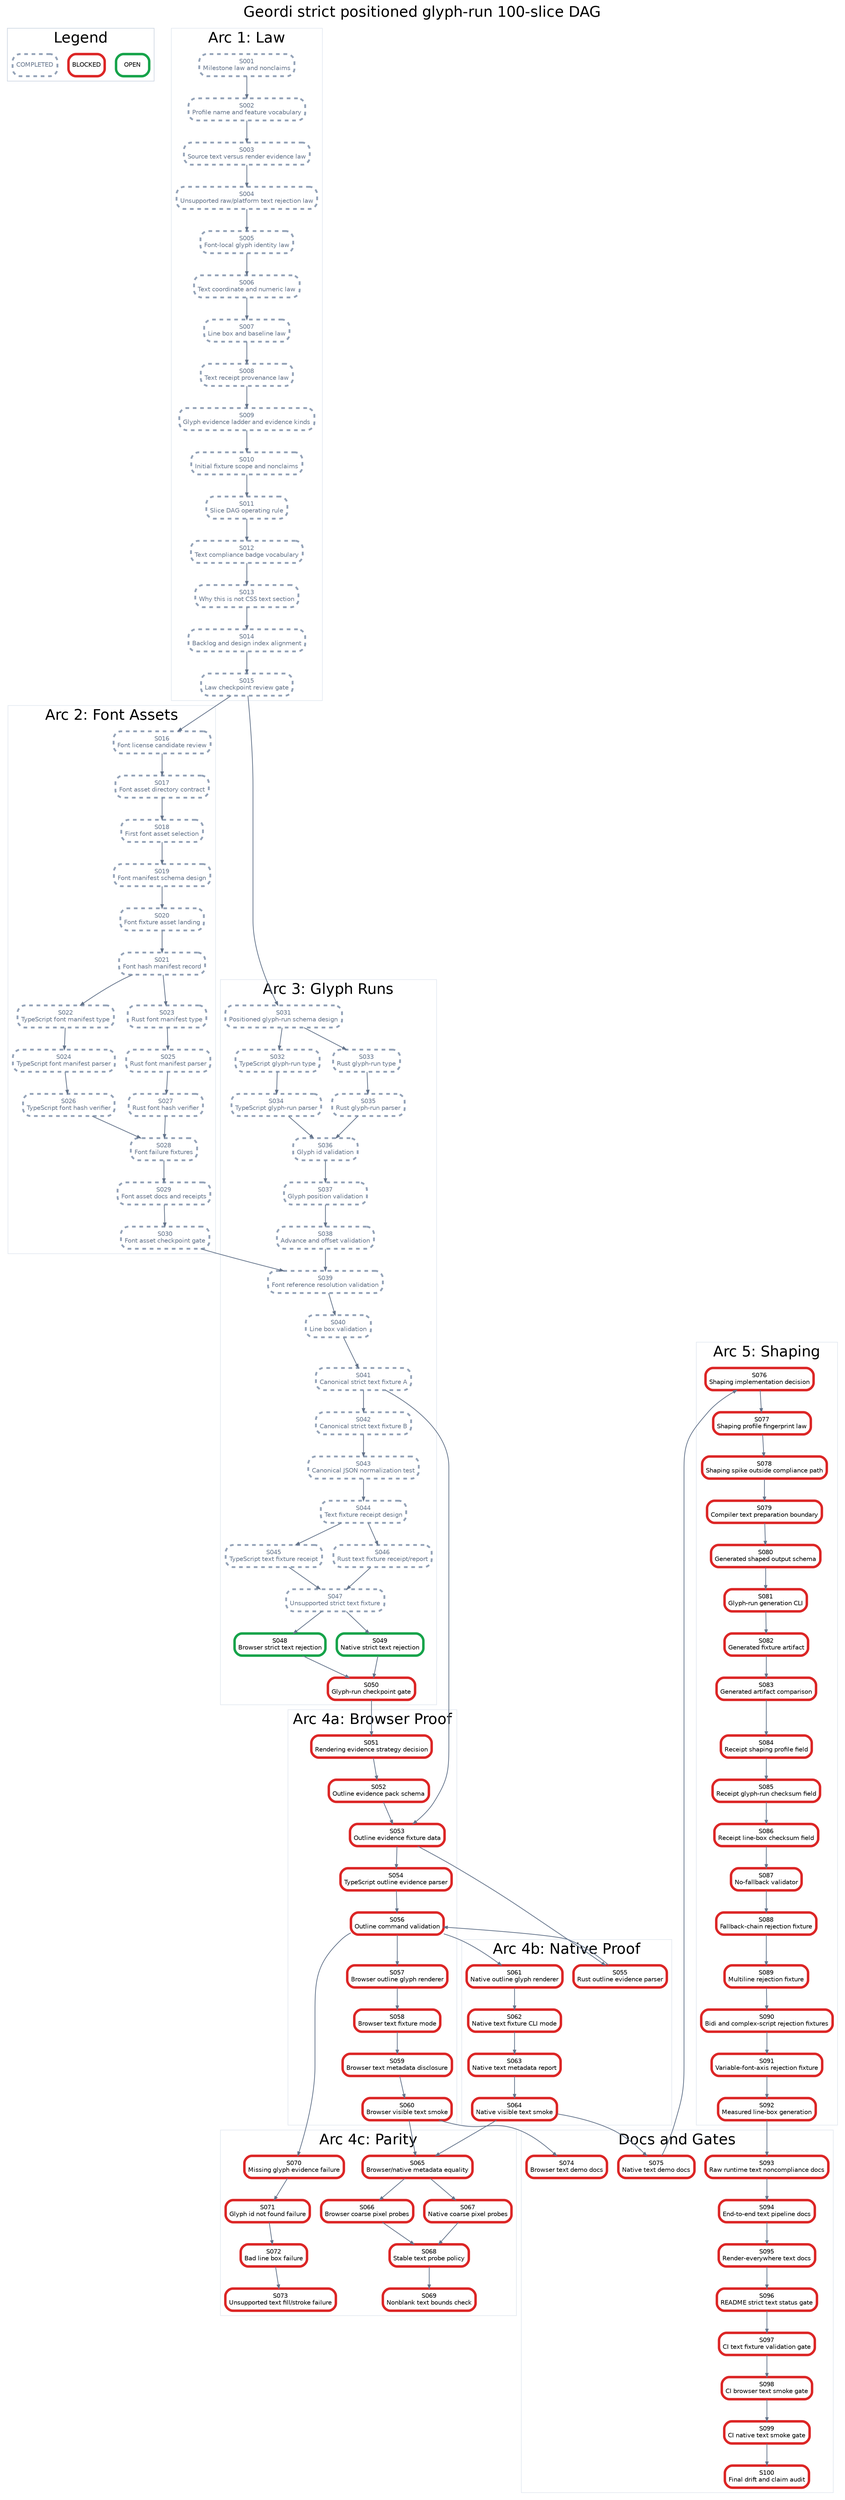
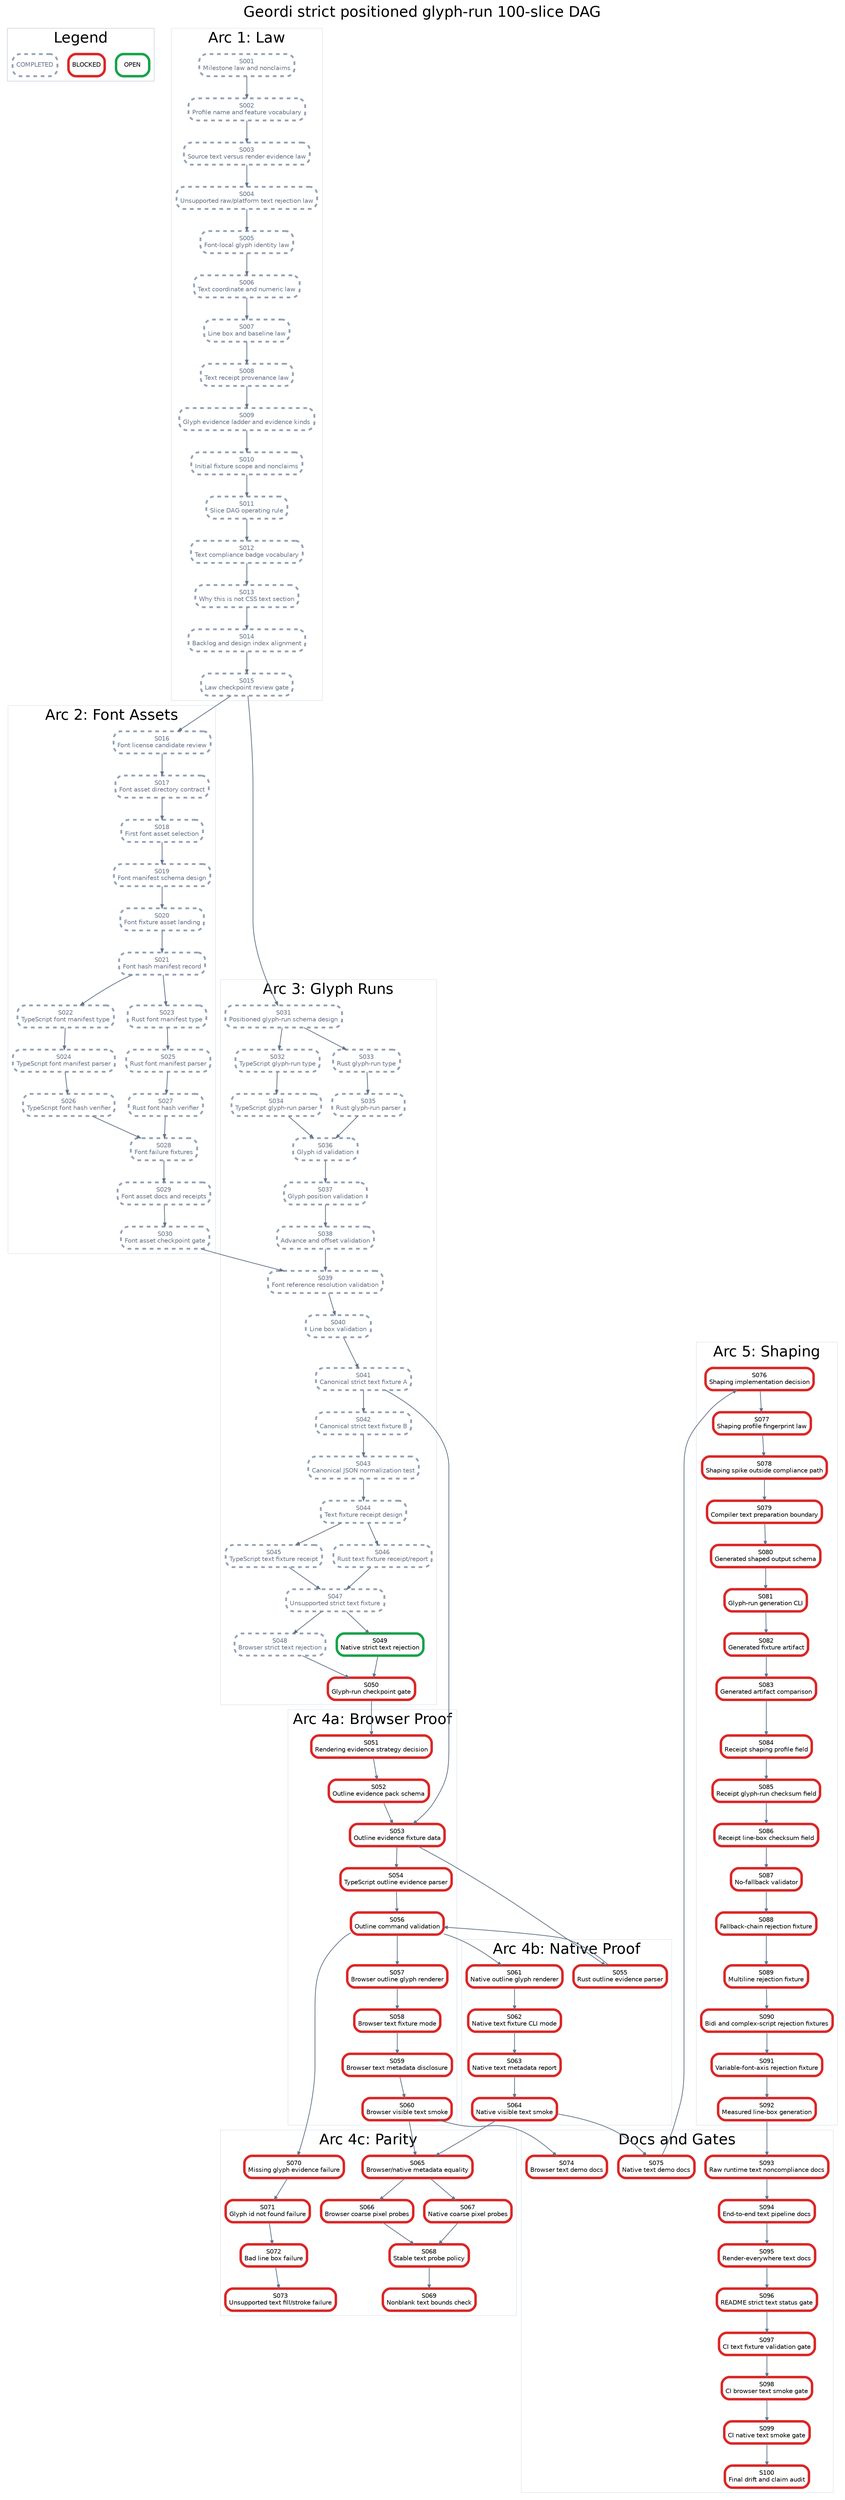
digraph StrictPositionedGlyphRunPlan {
  graph [rankdir=TB, bgcolor="white", fontname="Helvetica", label="Geordi strict positioned glyph-run 100-slice DAG", labelloc="t", fontsize=24];
  node [shape=box, style="rounded,filled", fillcolor="white", fontname="Helvetica", fontsize=10, margin="0.08,0.05"];
  edge [color="#64748b", arrowsize=0.6, penwidth=1.2];

  subgraph cluster_legend {
    label="Legend";
    color="#cbd5e1";
    legend_open [label="OPEN", color="#16a34a", penwidth=4];
    legend_blocked [label="BLOCKED", color="#dc2626", penwidth=4];
    legend_done [label="COMPLETED", color="#94a3b8", penwidth=3, style="rounded,filled,dashed", fontcolor="#64748b"];
  }

  subgraph cluster_law {
    label="Arc 1: Law";
    color="#e2e8f0";
    S001 [label="S001\nMilestone law and nonclaims", color="#94a3b8", penwidth=3, style="rounded,filled,dashed", fontcolor="#64748b"];
    S002 [label="S002\nProfile name and feature vocabulary", color="#94a3b8", penwidth=3, style="rounded,filled,dashed", fontcolor="#64748b"];
    S003 [label="S003\nSource text versus render evidence law", color="#94a3b8", penwidth=3, style="rounded,filled,dashed", fontcolor="#64748b"];
    S004 [label="S004\nUnsupported raw/platform text rejection law", color="#94a3b8", penwidth=3, style="rounded,filled,dashed", fontcolor="#64748b"];
    S005 [label="S005\nFont-local glyph identity law", color="#94a3b8", penwidth=3, style="rounded,filled,dashed", fontcolor="#64748b"];
    S006 [label="S006\nText coordinate and numeric law", color="#94a3b8", penwidth=3, style="rounded,filled,dashed", fontcolor="#64748b"];
    S007 [label="S007\nLine box and baseline law", color="#94a3b8", penwidth=3, style="rounded,filled,dashed", fontcolor="#64748b"];
    S008 [label="S008\nText receipt provenance law", color="#94a3b8", penwidth=3, style="rounded,filled,dashed", fontcolor="#64748b"];
    S009 [label="S009\nGlyph evidence ladder and evidence kinds", color="#94a3b8", penwidth=3, style="rounded,filled,dashed", fontcolor="#64748b"];
    S010 [label="S010\nInitial fixture scope and nonclaims", color="#94a3b8", penwidth=3, style="rounded,filled,dashed", fontcolor="#64748b"];
    S011 [label="S011\nSlice DAG operating rule", color="#94a3b8", penwidth=3, style="rounded,filled,dashed", fontcolor="#64748b"];
    S012 [label="S012\nText compliance badge vocabulary", color="#94a3b8", penwidth=3, style="rounded,filled,dashed", fontcolor="#64748b"];
    S013 [label="S013\nWhy this is not CSS text section", color="#94a3b8", penwidth=3, style="rounded,filled,dashed", fontcolor="#64748b"];
    S014 [label="S014\nBacklog and design index alignment", color="#94a3b8", penwidth=3, style="rounded,filled,dashed", fontcolor="#64748b"];
    S015 [label="S015\nLaw checkpoint review gate", color="#94a3b8", penwidth=3, style="rounded,filled,dashed", fontcolor="#64748b"];
  }

  subgraph cluster_assets {
    label="Arc 2: Font Assets";
    color="#e2e8f0";
    S016 [label="S016\nFont license candidate review", color="#94a3b8", penwidth=3, style="rounded,filled,dashed", fontcolor="#64748b"];
    S017 [label="S017\nFont asset directory contract", color="#94a3b8", penwidth=3, style="rounded,filled,dashed", fontcolor="#64748b"];
    S018 [label="S018\nFirst font asset selection", color="#94a3b8", penwidth=3, style="rounded,filled,dashed", fontcolor="#64748b"];
    S019 [label="S019\nFont manifest schema design", color="#94a3b8", penwidth=3, style="rounded,filled,dashed", fontcolor="#64748b"];
    S020 [label="S020\nFont fixture asset landing", color="#94a3b8", penwidth=3, style="rounded,filled,dashed", fontcolor="#64748b"];
    S021 [label="S021\nFont hash manifest record", color="#94a3b8", penwidth=3, style="rounded,filled,dashed", fontcolor="#64748b"];
    S022 [label="S022\nTypeScript font manifest type", color="#94a3b8", penwidth=3, style="rounded,filled,dashed", fontcolor="#64748b"];
    S023 [label="S023\nRust font manifest type", color="#94a3b8", penwidth=3, style="rounded,filled,dashed", fontcolor="#64748b"];
    S024 [label="S024\nTypeScript font manifest parser", color="#94a3b8", penwidth=3, style="rounded,filled,dashed", fontcolor="#64748b"];
    S025 [label="S025\nRust font manifest parser", color="#94a3b8", penwidth=3, style="rounded,filled,dashed", fontcolor="#64748b"];
    S026 [label="S026\nTypeScript font hash verifier", color="#94a3b8", penwidth=3, style="rounded,filled,dashed", fontcolor="#64748b"];
    S027 [label="S027\nRust font hash verifier", color="#94a3b8", penwidth=3, style="rounded,filled,dashed", fontcolor="#64748b"];
    S028 [label="S028\nFont failure fixtures", color="#94a3b8", penwidth=3, style="rounded,filled,dashed", fontcolor="#64748b"];
    S029 [label="S029\nFont asset docs and receipts", color="#94a3b8", penwidth=3, style="rounded,filled,dashed", fontcolor="#64748b"];
    S030 [label="S030\nFont asset checkpoint gate", color="#94a3b8", penwidth=3, style="rounded,filled,dashed", fontcolor="#64748b"];
  }

  subgraph cluster_glyph {
    label="Arc 3: Glyph Runs";
    color="#e2e8f0";
    S031 [label="S031\nPositioned glyph-run schema design", color="#94a3b8", penwidth=3, style="rounded,filled,dashed", fontcolor="#64748b"];
    S032 [label="S032\nTypeScript glyph-run type", color="#94a3b8", penwidth=3, style="rounded,filled,dashed", fontcolor="#64748b"];
    S033 [label="S033\nRust glyph-run type", color="#94a3b8", penwidth=3, style="rounded,filled,dashed", fontcolor="#64748b"];
    S034 [label="S034\nTypeScript glyph-run parser", color="#94a3b8", penwidth=3, style="rounded,filled,dashed", fontcolor="#64748b"];
    S035 [label="S035\nRust glyph-run parser", color="#94a3b8", penwidth=3, style="rounded,filled,dashed", fontcolor="#64748b"];
    S036 [label="S036\nGlyph id validation", color="#94a3b8", penwidth=3, style="rounded,filled,dashed", fontcolor="#64748b"];
    S037 [label="S037\nGlyph position validation", color="#94a3b8", penwidth=3, style="rounded,filled,dashed", fontcolor="#64748b"];
    S038 [label="S038\nAdvance and offset validation", color="#94a3b8", penwidth=3, style="rounded,filled,dashed", fontcolor="#64748b"];
    S039 [label="S039\nFont reference resolution validation", color="#94a3b8", penwidth=3, style="rounded,filled,dashed", fontcolor="#64748b"];
    S040 [label="S040\nLine box validation", color="#94a3b8", penwidth=3, style="rounded,filled,dashed", fontcolor="#64748b"];
    S041 [label="S041\nCanonical strict text fixture A", color="#94a3b8", penwidth=3, style="rounded,filled,dashed", fontcolor="#64748b"];
    S042 [label="S042\nCanonical strict text fixture B", color="#94a3b8", penwidth=3, style="rounded,filled,dashed", fontcolor="#64748b"];
    S043 [label="S043\nCanonical JSON normalization test", color="#94a3b8", penwidth=3, style="rounded,filled,dashed", fontcolor="#64748b"];
    S044 [label="S044\nText fixture receipt design", color="#94a3b8", penwidth=3, style="rounded,filled,dashed", fontcolor="#64748b"];
    S045 [label="S045\nTypeScript text fixture receipt", color="#94a3b8", penwidth=3, style="rounded,filled,dashed", fontcolor="#64748b"];
    S046 [label="S046\nRust text fixture receipt/report", color="#94a3b8", penwidth=3, style="rounded,filled,dashed", fontcolor="#64748b"];
    S047 [label="S047\nUnsupported strict text fixture", color="#94a3b8", penwidth=3, style="rounded,filled,dashed", fontcolor="#64748b"];
-     S048 [label="S048\nBrowser strict text rejection", color="#16a34a", penwidth=4];
+     S048 [label="S048\nBrowser strict text rejection", color="#94a3b8", penwidth=3, style="rounded,filled,dashed", fontcolor="#64748b"];
    S049 [label="S049\nNative strict text rejection", color="#16a34a", penwidth=4];
    S050 [label="S050\nGlyph-run checkpoint gate", color="#dc2626", penwidth=4];
  }

  subgraph cluster_browser {
    label="Arc 4a: Browser Proof";
    color="#e2e8f0";
    S051 [label="S051\nRendering evidence strategy decision", color="#dc2626", penwidth=4];
    S052 [label="S052\nOutline evidence pack schema", color="#dc2626", penwidth=4];
    S053 [label="S053\nOutline evidence fixture data", color="#dc2626", penwidth=4];
    S054 [label="S054\nTypeScript outline evidence parser", color="#dc2626", penwidth=4];
    S056 [label="S056\nOutline command validation", color="#dc2626", penwidth=4];
    S057 [label="S057\nBrowser outline glyph renderer", color="#dc2626", penwidth=4];
    S058 [label="S058\nBrowser text fixture mode", color="#dc2626", penwidth=4];
    S059 [label="S059\nBrowser text metadata disclosure", color="#dc2626", penwidth=4];
    S060 [label="S060\nBrowser visible text smoke", color="#dc2626", penwidth=4];
  }

  subgraph cluster_native {
    label="Arc 4b: Native Proof";
    color="#e2e8f0";
    S055 [label="S055\nRust outline evidence parser", color="#dc2626", penwidth=4];
    S061 [label="S061\nNative outline glyph renderer", color="#dc2626", penwidth=4];
    S062 [label="S062\nNative text fixture CLI mode", color="#dc2626", penwidth=4];
    S063 [label="S063\nNative text metadata report", color="#dc2626", penwidth=4];
    S064 [label="S064\nNative visible text smoke", color="#dc2626", penwidth=4];
  }

  subgraph cluster_parity {
    label="Arc 4c: Parity";
    color="#e2e8f0";
    S065 [label="S065\nBrowser/native metadata equality", color="#dc2626", penwidth=4];
    S066 [label="S066\nBrowser coarse pixel probes", color="#dc2626", penwidth=4];
    S067 [label="S067\nNative coarse pixel probes", color="#dc2626", penwidth=4];
    S068 [label="S068\nStable text probe policy", color="#dc2626", penwidth=4];
    S069 [label="S069\nNonblank text bounds check", color="#dc2626", penwidth=4];
    S070 [label="S070\nMissing glyph evidence failure", color="#dc2626", penwidth=4];
    S071 [label="S071\nGlyph id not found failure", color="#dc2626", penwidth=4];
    S072 [label="S072\nBad line box failure", color="#dc2626", penwidth=4];
    S073 [label="S073\nUnsupported text fill/stroke failure", color="#dc2626", penwidth=4];
  }

  subgraph cluster_shaping {
    label="Arc 5: Shaping";
    color="#e2e8f0";
    S076 [label="S076\nShaping implementation decision", color="#dc2626", penwidth=4];
    S077 [label="S077\nShaping profile fingerprint law", color="#dc2626", penwidth=4];
    S078 [label="S078\nShaping spike outside compliance path", color="#dc2626", penwidth=4];
    S079 [label="S079\nCompiler text preparation boundary", color="#dc2626", penwidth=4];
    S080 [label="S080\nGenerated shaped output schema", color="#dc2626", penwidth=4];
    S081 [label="S081\nGlyph-run generation CLI", color="#dc2626", penwidth=4];
    S082 [label="S082\nGenerated fixture artifact", color="#dc2626", penwidth=4];
    S083 [label="S083\nGenerated artifact comparison", color="#dc2626", penwidth=4];
    S084 [label="S084\nReceipt shaping profile field", color="#dc2626", penwidth=4];
    S085 [label="S085\nReceipt glyph-run checksum field", color="#dc2626", penwidth=4];
    S086 [label="S086\nReceipt line-box checksum field", color="#dc2626", penwidth=4];
    S087 [label="S087\nNo-fallback validator", color="#dc2626", penwidth=4];
    S088 [label="S088\nFallback-chain rejection fixture", color="#dc2626", penwidth=4];
    S089 [label="S089\nMultiline rejection fixture", color="#dc2626", penwidth=4];
    S090 [label="S090\nBidi and complex-script rejection fixtures", color="#dc2626", penwidth=4];
    S091 [label="S091\nVariable-font-axis rejection fixture", color="#dc2626", penwidth=4];
    S092 [label="S092\nMeasured line-box generation", color="#dc2626", penwidth=4];
  }

  subgraph cluster_docs {
    label="Docs and Gates";
    color="#e2e8f0";
    S074 [label="S074\nBrowser text demo docs", color="#dc2626", penwidth=4];
    S075 [label="S075\nNative text demo docs", color="#dc2626", penwidth=4];
    S093 [label="S093\nRaw runtime text noncompliance docs", color="#dc2626", penwidth=4];
    S094 [label="S094\nEnd-to-end text pipeline docs", color="#dc2626", penwidth=4];
    S095 [label="S095\nRender-everywhere text docs", color="#dc2626", penwidth=4];
    S096 [label="S096\nREADME strict text status gate", color="#dc2626", penwidth=4];
    S097 [label="S097\nCI text fixture validation gate", color="#dc2626", penwidth=4];
    S098 [label="S098\nCI browser text smoke gate", color="#dc2626", penwidth=4];
    S099 [label="S099\nCI native text smoke gate", color="#dc2626", penwidth=4];
    S100 [label="S100\nFinal drift and claim audit", color="#dc2626", penwidth=4];
  }

  S001 -> S002;
  S002 -> S003;
  S003 -> S004;
  S004 -> S005;
  S005 -> S006;
  S006 -> S007;
  S007 -> S008;
  S008 -> S009;
  S009 -> S010;
  S010 -> S011;
  S011 -> S012;
  S012 -> S013;
  S013 -> S014;
  S014 -> S015;
  S015 -> S016;
  S016 -> S017;
  S017 -> S018;
  S018 -> S019;
  S019 -> S020;
  S020 -> S021;
  S021 -> S022;
  S021 -> S023;
  S022 -> S024;
  S023 -> S025;
  S024 -> S026;
  S025 -> S027;
  S026 -> S028;
  S027 -> S028;
  S028 -> S029;
  S029 -> S030;
  S015 -> S031;
  S031 -> S032;
  S031 -> S033;
  S032 -> S034;
  S033 -> S035;
  S034 -> S036;
  S035 -> S036;
  S036 -> S037;
  S037 -> S038;
  S038 -> S039;
  S039 -> S040;
  S030 -> S039;
  S040 -> S041;
  S041 -> S042;
  S042 -> S043;
  S043 -> S044;
  S044 -> S045;
  S044 -> S046;
  S045 -> S047;
  S046 -> S047;
  S047 -> S048;
  S047 -> S049;
  S048 -> S050;
  S049 -> S050;
  S050 -> S051;
  S051 -> S052;
  S052 -> S053;
  S041 -> S053;
  S053 -> S054;
  S053 -> S055;
  S054 -> S056;
  S055 -> S056;
  S056 -> S057;
  S057 -> S058;
  S058 -> S059;
  S059 -> S060;
  S056 -> S061;
  S061 -> S062;
  S062 -> S063;
  S063 -> S064;
  S060 -> S065;
  S064 -> S065;
  S065 -> S066;
  S065 -> S067;
  S066 -> S068;
  S067 -> S068;
  S068 -> S069;
  S056 -> S070;
  S070 -> S071;
  S071 -> S072;
  S072 -> S073;
  S060 -> S074;
  S064 -> S075;
  S075 -> S076;
  S076 -> S077;
  S077 -> S078;
  S078 -> S079;
  S079 -> S080;
  S080 -> S081;
  S081 -> S082;
  S082 -> S083;
  S083 -> S084;
  S084 -> S085;
  S085 -> S086;
  S086 -> S087;
  S087 -> S088;
  S088 -> S089;
  S089 -> S090;
  S090 -> S091;
  S091 -> S092;
  S092 -> S093;
  S093 -> S094;
  S094 -> S095;
  S095 -> S096;
  S096 -> S097;
  S097 -> S098;
  S098 -> S099;
  S099 -> S100;
}
